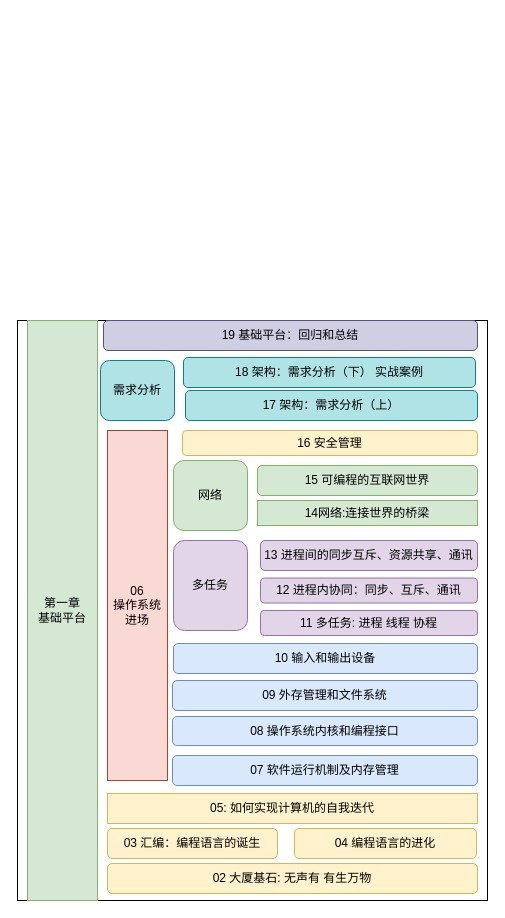
The draw.io diagram architecture.drawio in shirdey/Document, before the edit. Source tidied: cells renumbered, new cells numbered last; positions are measured from the earlier drawing's top-left corner, leaving out a move shared by most shapes. Both pictures are drawn from the tidied source at 100%, with x=0, y=0 at pixel (17, 320).
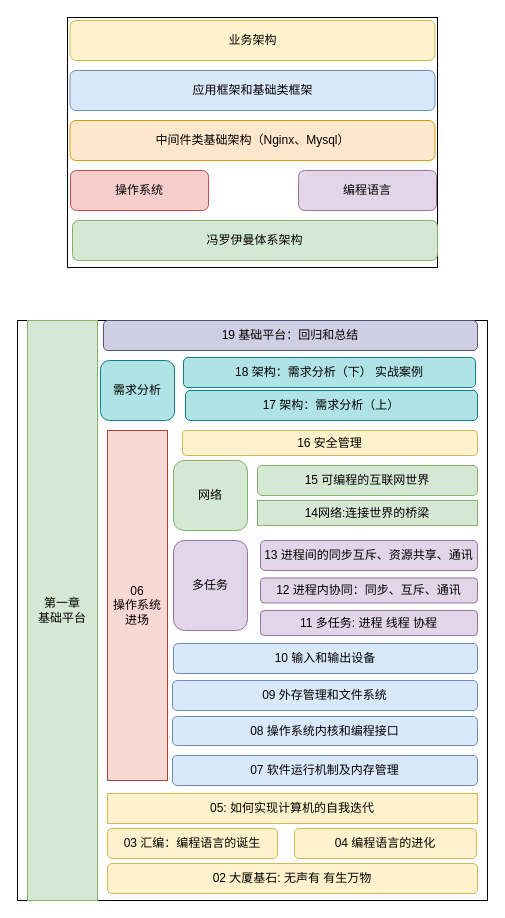
After the change.

Change to the diagram source:
```diff
@@
+    <mxCell id="25" style="rounded=0;whiteSpace=wrap;html=1;" parent="1" vertex="1">
+      <mxGeometry x="50" y="-303" width="370" height="250" as="geometry" />
+    </mxCell>
@@
+    <mxCell id="26" value="冯罗伊曼体系架构" style="rounded=1;whiteSpace=wrap;html=1;fillColor=#d5e8d4;strokeColor=#82b366;" parent="1" vertex="1">
+      <mxGeometry x="55" y="-100" width="365" height="40" as="geometry" />
+    </mxCell>
+    <mxCell id="27" value="操作系统" style="rounded=1;whiteSpace=wrap;html=1;fillColor=#f8cecc;strokeColor=#b85450;" parent="1" vertex="1">
+      <mxGeometry x="53" y="-150" width="138" height="40" as="geometry" />
+    </mxCell>
+    <mxCell id="28" value="编程语言" style="rounded=1;whiteSpace=wrap;html=1;fillColor=#e1d5e7;strokeColor=#9673a6;" parent="1" vertex="1">
+      <mxGeometry x="281" y="-150" width="138" height="40" as="geometry" />
+    </mxCell>
+    <mxCell id="29" value="中间件类基础架构（Nginx、Mysql）" style="rounded=1;whiteSpace=wrap;html=1;fillColor=#ffe6cc;strokeColor=#d79b00;" parent="1" vertex="1">
+      <mxGeometry x="52.5" y="-200" width="365" height="40" as="geometry" />
+    </mxCell>
+    <mxCell id="30" value="应用框架和基础类框架" style="rounded=1;whiteSpace=wrap;html=1;fillColor=#dae8fc;strokeColor=#6c8ebf;" parent="1" vertex="1">
+      <mxGeometry x="52.5" y="-250" width="365" height="40" as="geometry" />
+    </mxCell>
+    <mxCell id="31" value="业务架构" style="rounded=1;whiteSpace=wrap;html=1;fillColor=#fff2cc;strokeColor=#d6b656;" parent="1" vertex="1">
+      <mxGeometry x="52.5" y="-300" width="365" height="40" as="geometry" />
+    </mxCell>
```
